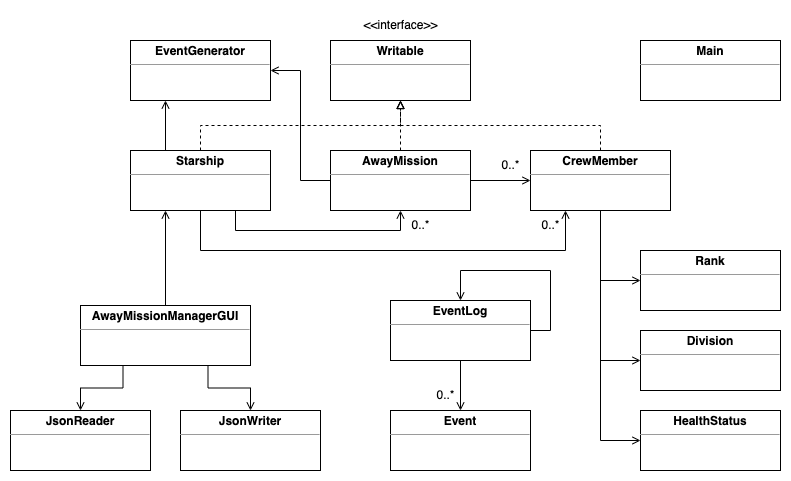
Christine-Anderson/away-mission-manager keeps this draw.io diagram as UML_Design_Diagram.png. Above is the earlier version. Source tidied: cells renumbered, new cells last; positions are measured from the earlier drawing's top-left corner, leaving out a move shared by most shapes.
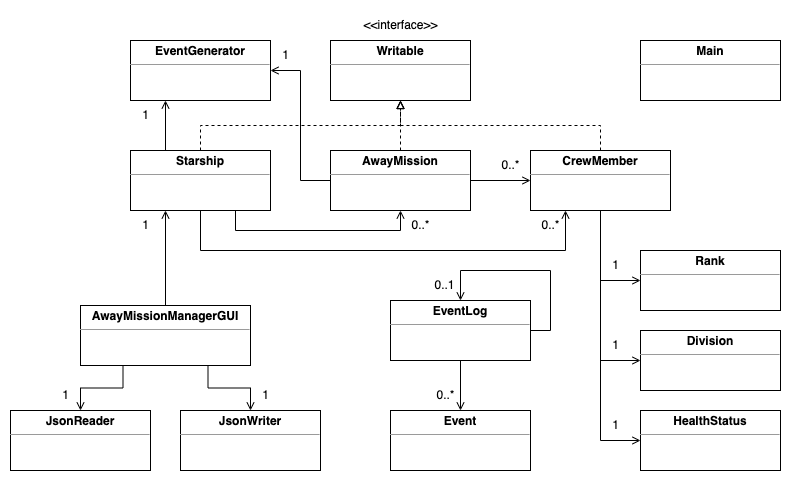
Later version of the same file.

Commit message:
added 1s back to the UML diagram

Diff of the diagram source:
```diff
@@ -123,5 +123,32 @@
     <mxCell id="36" value="&lt;p style=&quot;margin:0px;margin-top:4px;text-align:center;&quot;&gt;&lt;b&gt;EventGenerator&lt;/b&gt;&lt;/p&gt;&lt;hr size=&quot;1&quot;&gt;&lt;div style=&quot;height:2px;&quot;&gt;&lt;/div&gt;" style="verticalAlign=top;align=left;overflow=fill;fontSize=12;fontFamily=Helvetica;html=1;" parent="1" vertex="1">
       <mxGeometry x="120" y="30" width="140" height="60" as="geometry" />
     </mxCell>
+    <mxCell id="37" value="1" style="text;html=1;align=center;verticalAlign=middle;strokeColor=none;fillColor=none;" parent="1" vertex="1">
+      <mxGeometry x="590" y="240" width="30" height="30" as="geometry" />
+    </mxCell>
+    <mxCell id="38" value="1" style="text;html=1;align=center;verticalAlign=middle;strokeColor=none;fillColor=none;" parent="1" vertex="1">
+      <mxGeometry x="590" y="320" width="30" height="30" as="geometry" />
+    </mxCell>
+    <mxCell id="39" value="1" style="text;html=1;align=center;verticalAlign=middle;strokeColor=none;fillColor=none;" parent="1" vertex="1">
+      <mxGeometry x="590" y="400" width="30" height="30" as="geometry" />
+    </mxCell>
+    <mxCell id="40" value="1" style="text;html=1;align=center;verticalAlign=middle;strokeColor=none;fillColor=none;" parent="1" vertex="1">
+      <mxGeometry x="120" y="200" width="30" height="30" as="geometry" />
+    </mxCell>
+    <mxCell id="41" value="1" style="text;html=1;align=center;verticalAlign=middle;strokeColor=none;fillColor=none;" parent="1" vertex="1">
+      <mxGeometry x="240" y="370" width="30" height="30" as="geometry" />
+    </mxCell>
+    <mxCell id="42" value="1" style="text;html=1;align=center;verticalAlign=middle;strokeColor=none;fillColor=none;" parent="1" vertex="1">
+      <mxGeometry x="40" y="370" width="30" height="30" as="geometry" />
+    </mxCell>
+    <mxCell id="43" value="1" style="text;html=1;align=center;verticalAlign=middle;strokeColor=none;fillColor=none;" parent="1" vertex="1">
+      <mxGeometry x="260" y="30" width="30" height="30" as="geometry" />
+    </mxCell>
+    <mxCell id="44" value="1" style="text;html=1;align=center;verticalAlign=middle;strokeColor=none;fillColor=none;" parent="1" vertex="1">
+      <mxGeometry x="120" y="90" width="30" height="30" as="geometry" />
+    </mxCell>
+    <mxCell id="45" value="0..1" style="text;html=1;align=center;verticalAlign=middle;strokeColor=none;fillColor=none;" parent="1" vertex="1">
+      <mxGeometry x="414" y="260" width="40" height="30" as="geometry" />
+    </mxCell>
   </root>
 </mxGraphModel>
```
